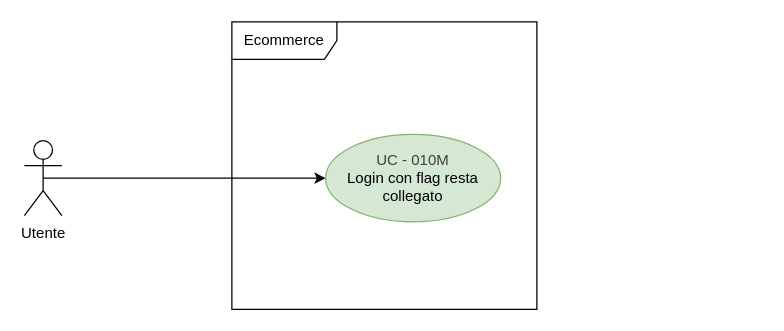
This is UseCase/UC010M - Registrazione Utente/UC010M.drawio from AlfaCorsoAprile2025/Eccomerce-doc, a draw.io file, before an edit. Source tidied: cells renumbered, new cells numbered last; positions are measured from the earlier drawing's top-left corner, leaving out a move shared by most shapes. Both pictures are drawn from the tidied source at 125%, with x=0, y=0 at pixel (24, 21).
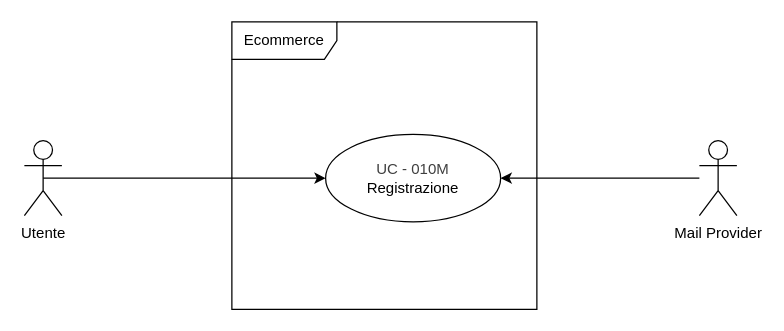
The same diagram, later.

Commit message (it also covers changes not shown here):
c4 diagrams, system_context_diagram, container_diagram e component_diagram

What changed in the source:
```diff
@@
 <mxGraphModel>
   <root>
     <mxCell id="0" />
     <mxCell id="1" parent="0" />
     <mxCell id="2" value="Ecommerce" style="shape=umlFrame;whiteSpace=wrap;html=1;width=84;height=30;" parent="1" vertex="1">
       <mxGeometry x="166" width="244" height="230" as="geometry" />
     </mxCell>
     <mxCell id="3" style="html=1;exitX=0.5;exitY=0.5;exitDx=0;exitDy=0;exitPerimeter=0;entryX=0;entryY=0.5;entryDx=0;entryDy=0;" parent="1" edge="1" source="4" target="5">
       <mxGeometry relative="1" as="geometry" />
     </mxCell>
     <mxCell id="4" value="Utente" style="shape=umlActor;verticalLabelPosition=bottom;verticalAlign=top;html=1;" parent="1" vertex="1">
       <mxGeometry y="95" width="30" height="60" as="geometry" />
     </mxCell>
-    <mxCell id="5" value="&lt;div&gt;&lt;span style=&quot;color: rgb(63, 63, 63);&quot;&gt;UC - 010&lt;/span&gt;&lt;span style=&quot;color: rgb(63, 63, 63); background-color: transparent;&quot;&gt;M&lt;/span&gt;&lt;/div&gt;Login con flag resta collegato" style="ellipse;whiteSpace=wrap;html=1;fillColor=#d5e8d4;strokeColor=#82b366;" parent="1" vertex="1">
+    <mxCell id="5" value="&lt;div&gt;&lt;span style=&quot;color: rgb(63, 63, 63);&quot;&gt;UC - 010&lt;/span&gt;&lt;span style=&quot;color: rgb(63, 63, 63); background-color: transparent;&quot;&gt;M&lt;/span&gt;&lt;/div&gt;Registrazione" style="ellipse;whiteSpace=wrap;html=1;" parent="1" vertex="1">
       <mxGeometry x="241" y="90" width="140" height="70" as="geometry" />
     </mxCell>
+    <mxCell id="6" style="edgeStyle=orthogonalEdgeStyle;rounded=0;jettySize=auto;html=1;entryX=1;entryY=0.5;entryDx=0;entryDy=0;" parent="1" edge="1" source="7" target="5">
+      <mxGeometry relative="1" as="geometry" />
+    </mxCell>
+    <mxCell id="7" value="Mail Provider" style="shape=umlActor;verticalLabelPosition=bottom;verticalAlign=top;html=1;" parent="1" vertex="1">
+      <mxGeometry x="540" y="95" width="30" height="60" as="geometry" />
+    </mxCell>
   </root>
 </mxGraphModel>
```
